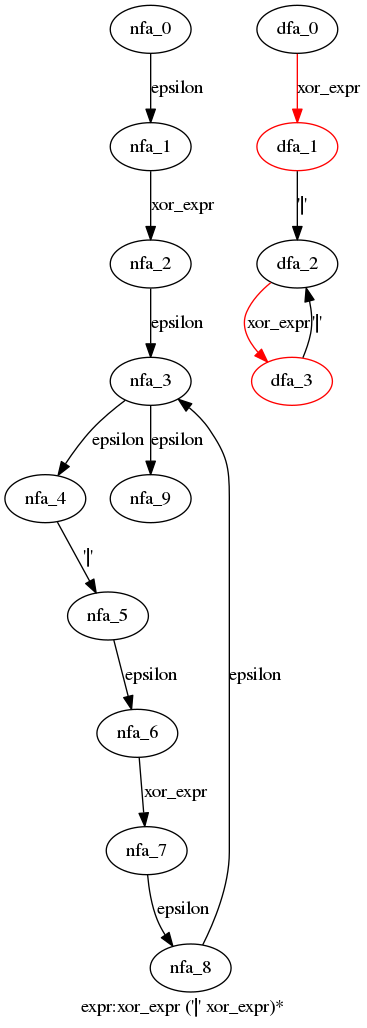
This is cpython/grammar/handwrite/nfa_dfas/60.expr.dot.png from WinChua/blog, a Graphviz export, as it was before one commit. Its source is kept beside it as cpython/grammar/handwrite/nfa_dfas/60.expr.dot. Its diagram source:
```dot
digraph expr {
 graph[label="expr:xor_expr ('|' xor_expr)*"]
 subgraph expr_nfa {
  nfa_0->nfa_1[label="epsilon"]
  nfa_1->nfa_2[label="xor_expr"]
  nfa_2->nfa_3[label="epsilon"]
  nfa_3->nfa_4[label="epsilon"]
  nfa_4->nfa_5[label="'|'"]
  nfa_5->nfa_6[label="epsilon"]
  nfa_6->nfa_7[label="xor_expr"]
  nfa_7->nfa_8[label="epsilon"]
  nfa_8->nfa_3[label="epsilon"]
  nfa_3->nfa_9[label="epsilon"]
  }
 subgraph expr_dfa {
  dfa_0->dfa_1[label="xor_expr",color=red]
  dfa_1->dfa_2[label="'|'"]
  dfa_2->dfa_3[label="xor_expr",color=red]
  dfa_3->dfa_2[label="'|'"]
  dfa_1[color=red]
  dfa_3[color=red]
  }
}
```
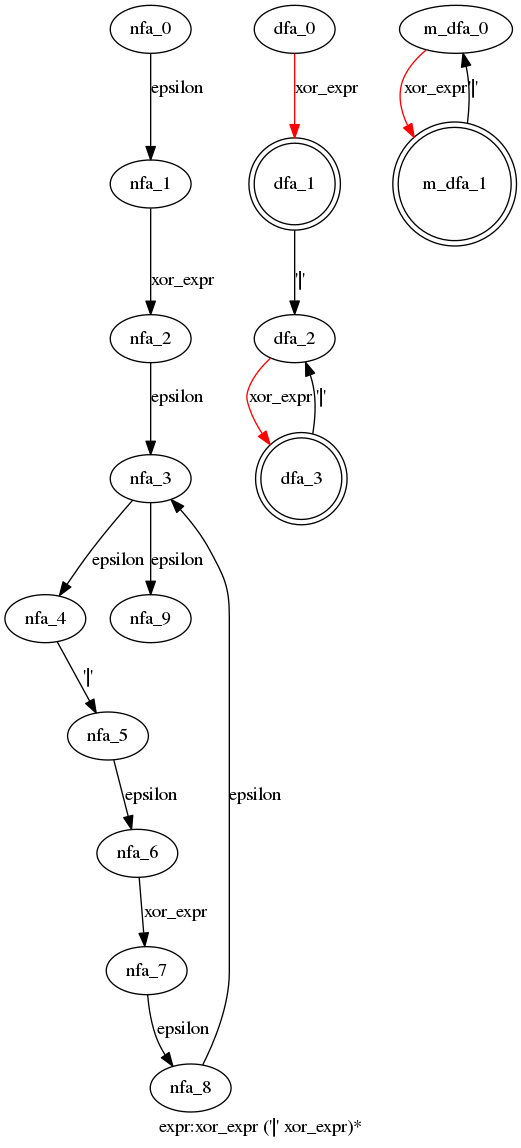
Later version of the same file.

Diff of the diagram source:
```diff
@@ -17,7 +17,12 @@
   dfa_1->dfa_2[label="'|'"]
   dfa_2->dfa_3[label="xor_expr",color=red]
   dfa_3->dfa_2[label="'|'"]
-  dfa_1[color=red]
-  dfa_3[color=red]
+  dfa_1[shape=doublecircle]
+  dfa_3[shape=doublecircle]
+  }
+ subgraph expr_m_dfa {
+  m_dfa_0->m_dfa_1[label="xor_expr",color=red]
+  m_dfa_1->m_dfa_0[label="'|'"]
+  m_dfa_1[shape=doublecircle]
   }
 }
```
